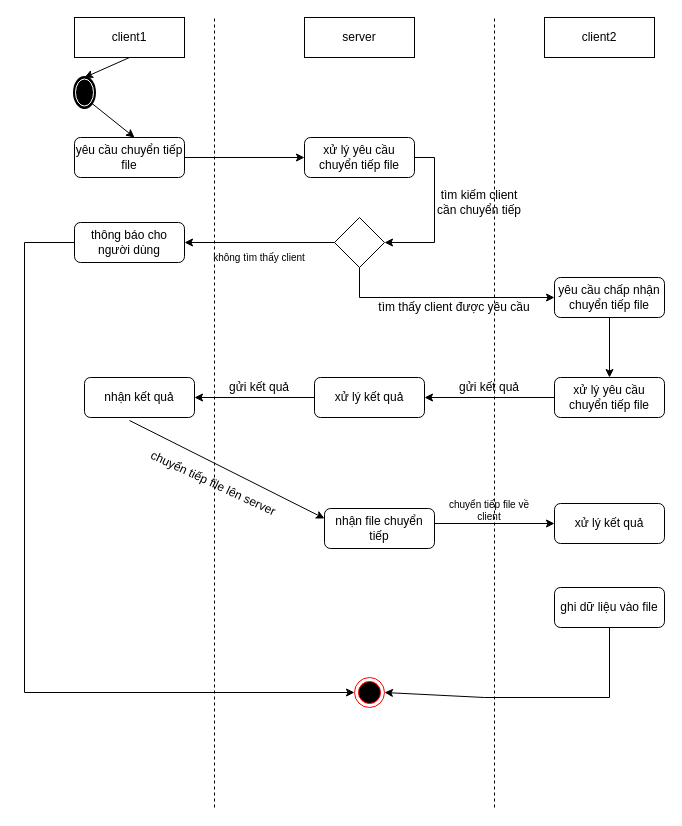
Above: page "Page-1" (1 of 3) of INFO/ltm.drawio in phamhongphuc1999/NetworkPrograming (draw.io), before the change. Source tidied: cells renumbered, new cells numbered last; positions are measured from the earlier drawing's top-left corner, leaving out a move shared by most shapes. Both pictures are drawn from the tidied source at 100%, with x=0, y=0 at pixel (24, 17).
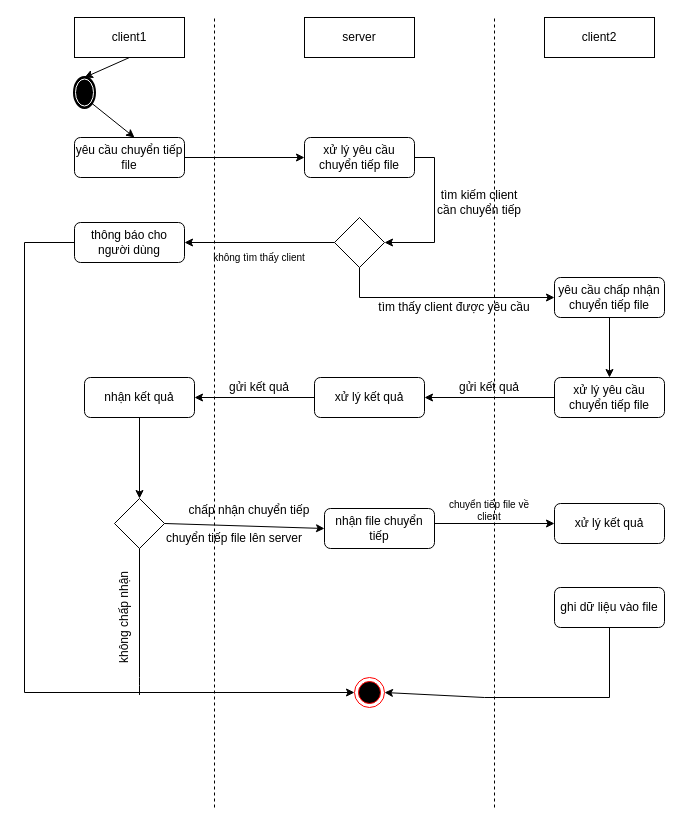
The same diagram, later.

Unchanged cells that the change refers to:
```xml
<mxCell id="18" value="nhận kết quả" style="rounded=1;whiteSpace=wrap;html=1;" parent="1" vertex="1">
  <mxGeometry x="60" y="360" width="110" height="40" as="geometry" />
</mxCell>
<mxCell id="23" value="nhận file chuyển tiếp" style="rounded=1;whiteSpace=wrap;html=1;" parent="1" vertex="1">
  <mxGeometry x="300" y="491" width="110" height="40" as="geometry" />
</mxCell>
```

The edit, as a diff of the source:
```diff
@@
-    <mxCell id="28" style="endArrow=classic;html=1;entryX=0;entryY=0.25;entryDx=0;entryDy=0;" parent="1" edge="1" target="23">
-      <mxGeometry relative="1" as="geometry">
-        <mxPoint x="105" y="403" as="sourcePoint" />
-      </mxGeometry>
+    <mxCell id="28" style="endArrow=classic;html=1;entryX=0.5;entryY=0;entryDx=0;entryDy=0;exitX=0.5;exitY=1;exitDx=0;exitDy=0;" parent="1" edge="1" source="18" target="40">
+      <mxGeometry relative="1" as="geometry" />
     </mxCell>
@@
-    <mxCell id="37" value="chuyển tiếp file lên server" style="text;html=1;strokeColor=none;fillColor=none;align=center;verticalAlign=middle;whiteSpace=wrap;rounded=0;fontSize=12;rotation=25;" parent="1" vertex="1">
-      <mxGeometry x="108.6" y="456.3" width="160" height="20" as="geometry" />
+    <mxCell id="37" value="chuyển tiếp file lên server" style="text;html=1;strokeColor=none;fillColor=none;align=center;verticalAlign=middle;whiteSpace=wrap;rounded=0;fontSize=12;rotation=0;" parent="1" vertex="1">
+      <mxGeometry x="130" y="511" width="160" height="20" as="geometry" />
     </mxCell>
@@
+    <mxCell id="40" style="rhombus;whiteSpace=wrap;html=1;" parent="1" vertex="1">
+      <mxGeometry x="90" y="481" width="50" height="50" as="geometry" />
+    </mxCell>
+    <mxCell id="41" style="endArrow=classic;html=1;exitX=1;exitY=0.5;exitDx=0;exitDy=0;entryX=0;entryY=0.5;entryDx=0;entryDy=0;" parent="1" edge="1" source="40" target="23">
+      <mxGeometry relative="1" as="geometry" />
+    </mxCell>
+    <mxCell id="42" style="endArrow=none;html=1;entryX=0.5;entryY=1;entryDx=0;entryDy=0;" parent="1" edge="1" target="40">
+      <mxGeometry relative="1" as="geometry">
+        <mxPoint x="115" y="670" as="sourcePoint" />
+        <Array as="points">
+          <mxPoint x="115" y="680" />
+          <mxPoint x="115" y="670" />
+        </Array>
+      </mxGeometry>
+    </mxCell>
+    <mxCell id="43" value="chấp nhận chuyển tiếp" style="text;html=1;strokeColor=none;fillColor=none;align=center;verticalAlign=middle;whiteSpace=wrap;rounded=0;" parent="1" vertex="1">
+      <mxGeometry x="160" y="483" width="130" height="20" as="geometry" />
+    </mxCell>
+    <mxCell id="44" value="không chấp nhận" style="text;html=1;strokeColor=none;fillColor=none;align=center;verticalAlign=middle;whiteSpace=wrap;rounded=0;rotation=-90;" parent="1" vertex="1">
+      <mxGeometry x="50" y="590" width="100" height="20" as="geometry" />
+    </mxCell>
```
